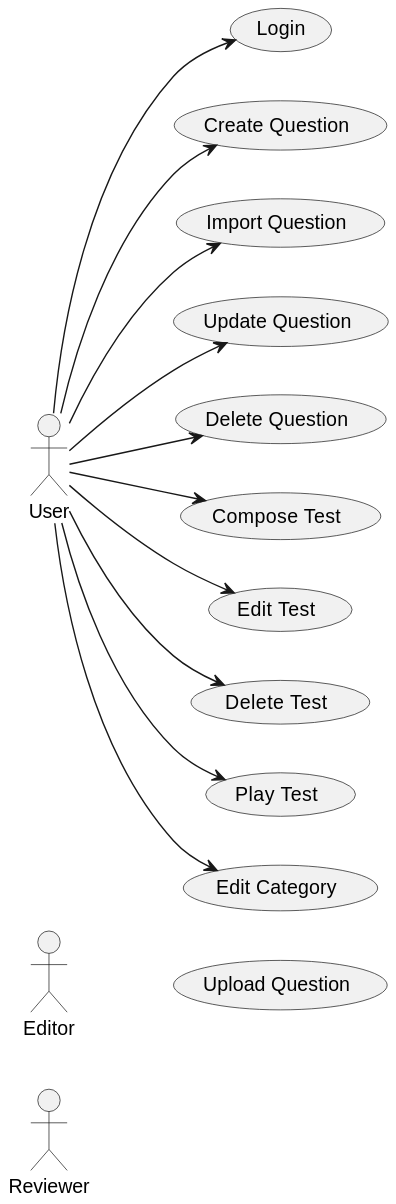
Above: out/doc/useCases_app/useCases_app.svg in Joselon/ProyectoOpoTest (PlantUML), before the change. The source it was exported from:
```plantuml
@startuml useCases_app
left to right direction
actor User as u
actor Editor as e
actor Reviewer as r
usecase "Login" as login
usecase "Create Question" as createQ
usecase "Import Question" as importQ
usecase "Update Question" as updateQ
usecase "Delete Question" as deleteQ

usecase "Compose Test" as composeT
usecase "Edit Test" as editT
usecase "Delete Test" as deleteT
usecase "Play Test" as playT

usecase "Edit Category" as editC
usecase "Upload Question" as uploadQ


u --> createQ
u --> importQ
u --> updateQ
u --> deleteQ

u --> login
u --> composeT
u --> editT
u --> deleteT
u --> playT

u --> editC



@enduml
```
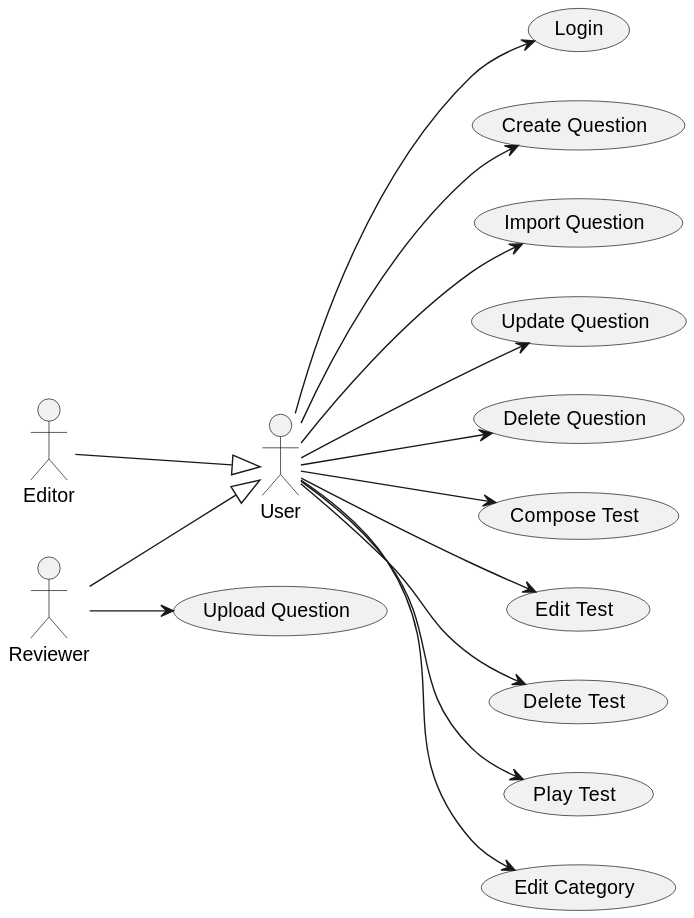
The same file after the commit.

Diff of the diagram source:
```diff
@@ -17,11 +17,14 @@
 usecase "Edit Category" as editC
 usecase "Upload Question" as uploadQ
 
+e --|>u
+r --|>u
 
 u --> createQ
 u --> importQ
 u --> updateQ
 u --> deleteQ
+r --> uploadQ
 
 u --> login
 u --> composeT
```
